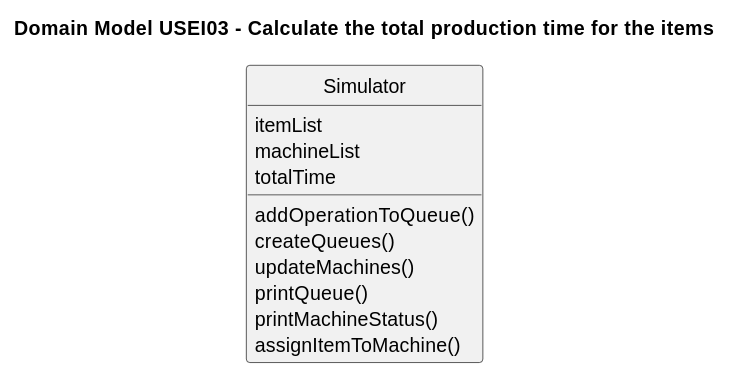
Above: documentation/sprint1/ESINF/usei03/02.analysis/svg/us003-domain-model.svg in JorgeUbaldoR/sem3-25-pi-2024_25-G131 (PlantUML), before the change. The source it was exported from:
```plantuml
@startuml
skinparam monochrome true
skinparam packageStyle rectangle
skinparam shadowing false

left to right direction

skinparam classAttributeIconSize 0

hide circle

title Domain Model USEI03 - Calculate the total production time for the items


class Simulator {
    itemList
    machineList
    totalTime
    addOperationToQueue()
    createQueues()
    updateMachines()
    printQueue()
    printMachineStatus()
    assignItemToMachine()
}
@enduml
```
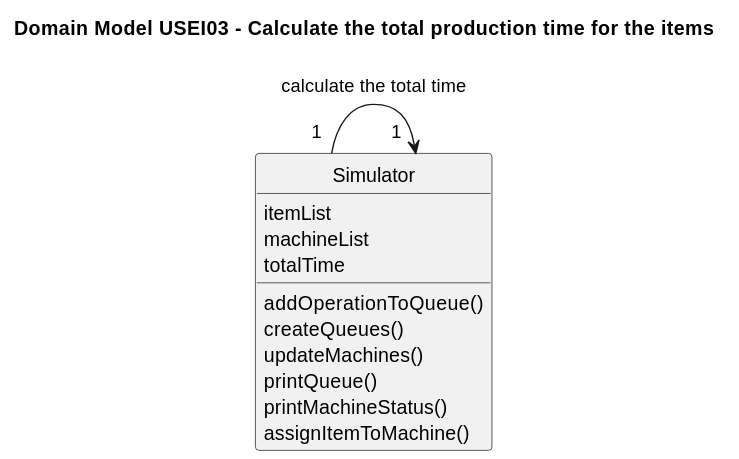
After the commit.

Change to the diagram source:
```diff
@@ -23,4 +23,6 @@
     printMachineStatus()
     assignItemToMachine()
 }
+
+Simulator "      1 " --> "1   " Simulator: calculate the total time
 @enduml
```
